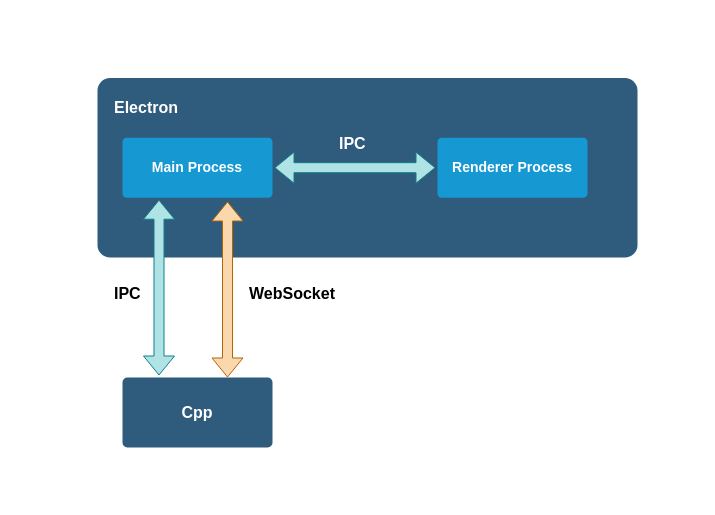
Earlier version of the draw.io diagram ipc.drawio (jjunbass89/Paper). Source tidied: cells renumbered, new cells numbered last; positions are measured from the earlier drawing's top-left corner, leaving out a move shared by most shapes. Both pictures are drawn from the tidied source at 100%, with x=0, y=0 at pixel (97, 77).
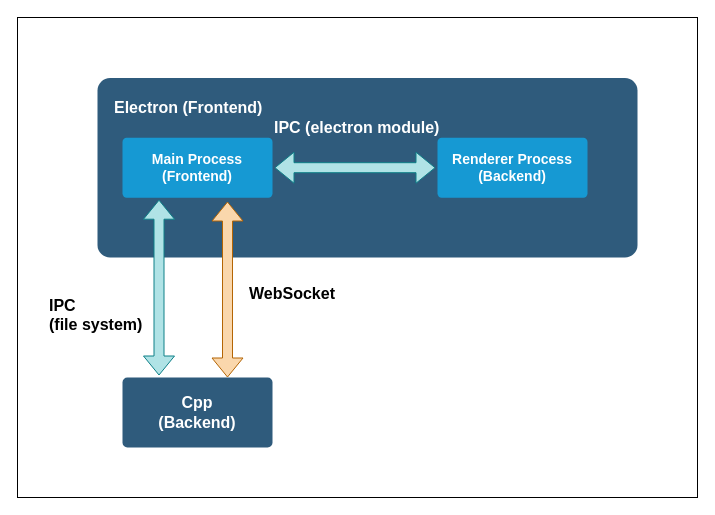
The same diagram, later.

Diff of the diagram source:
```diff
@@
 <mxGraphModel>
   <root>
     <mxCell id="0" />
     <mxCell id="1" parent="0" />
+    <mxCell id="13" style="rounded=0;whiteSpace=wrap;html=1;" parent="1" vertex="1">
+      <mxGeometry x="-80" y="-60" width="680" height="480" as="geometry" />
+    </mxCell>
     <mxCell id="2" style="rounded=1;whiteSpace=wrap;html=1;shadow=0;labelBackgroundColor=none;strokeColor=none;strokeWidth=3;fillColor=#2F5B7C;fontFamily=Helvetica;fontSize=16;fontColor=#FFFFFF;align=center;fontStyle=1;spacing=5;arcSize=7;perimeterSpacing=2;" parent="1" vertex="1">
       <mxGeometry y="0.5" width="540" height="179.5" as="geometry" />
     </mxCell>
-    <mxCell id="3" value="Main Process" style="rounded=1;whiteSpace=wrap;html=1;shadow=0;labelBackgroundColor=none;strokeColor=none;strokeWidth=3;fillColor=#1699d3;fontFamily=Helvetica;fontSize=14;fontColor=#FFFFFF;align=center;spacing=5;fontStyle=1;arcSize=7;perimeterSpacing=2;" parent="1" vertex="1">
+    <mxCell id="3" value="Main Process&lt;div&gt;(Frontend)&lt;/div&gt;" style="rounded=1;whiteSpace=wrap;html=1;shadow=0;labelBackgroundColor=none;strokeColor=none;strokeWidth=3;fillColor=#1699d3;fontFamily=Helvetica;fontSize=14;fontColor=#FFFFFF;align=center;spacing=5;fontStyle=1;arcSize=7;perimeterSpacing=2;" parent="1" vertex="1">
       <mxGeometry x="25" y="60.2" width="150" height="60" as="geometry" />
     </mxCell>
-    <mxCell id="4" value="Renderer Process" style="rounded=1;whiteSpace=wrap;html=1;shadow=0;labelBackgroundColor=none;strokeColor=none;strokeWidth=3;fillColor=#1699d3;fontFamily=Helvetica;fontSize=14;fontColor=#FFFFFF;align=center;spacing=5;fontStyle=1;arcSize=7;perimeterSpacing=2;" parent="1" vertex="1">
+    <mxCell id="4" value="Renderer Process&lt;div&gt;(Backend)&lt;/div&gt;" style="rounded=1;whiteSpace=wrap;html=1;shadow=0;labelBackgroundColor=none;strokeColor=none;strokeWidth=3;fillColor=#1699d3;fontFamily=Helvetica;fontSize=14;fontColor=#FFFFFF;align=center;spacing=5;fontStyle=1;arcSize=7;perimeterSpacing=2;" parent="1" vertex="1">
       <mxGeometry x="340" y="60.2" width="150" height="60" as="geometry" />
     </mxCell>
-    <mxCell id="5" value="Cpp" style="rounded=1;whiteSpace=wrap;html=1;shadow=0;labelBackgroundColor=none;strokeColor=none;strokeWidth=3;fillColor=#2F5B7C;fontFamily=Helvetica;fontSize=16;fontColor=#FFFFFF;align=center;fontStyle=1;spacing=5;arcSize=7;perimeterSpacing=2;" parent="1" vertex="1">
+    <mxCell id="5" value="Cpp&lt;div&gt;(Backend)&lt;/div&gt;" style="rounded=1;whiteSpace=wrap;html=1;shadow=0;labelBackgroundColor=none;strokeColor=none;strokeWidth=3;fillColor=#2F5B7C;fontFamily=Helvetica;fontSize=16;fontColor=#FFFFFF;align=center;fontStyle=1;spacing=5;arcSize=7;perimeterSpacing=2;" parent="1" vertex="1">
       <mxGeometry x="25" y="300" width="150" height="70" as="geometry" />
     </mxCell>
-    <mxCell id="6" value="&lt;span style=&quot;font-family: Helvetica; font-size: 16px; font-style: normal; font-variant-ligatures: normal; font-variant-caps: normal; font-weight: 700; letter-spacing: normal; orphans: 2; text-align: center; text-indent: 0px; text-transform: none; widows: 2; word-spacing: 0px; -webkit-text-stroke-width: 0px; white-space: normal; text-decoration-thickness: initial; text-decoration-style: initial; text-decoration-color: initial; float: none; display: inline !important;&quot;&gt;Electron&lt;/span&gt;" style="text;whiteSpace=wrap;html=1;fillColor=none;labelBackgroundColor=none;fontColor=#FFFFFF;" parent="1" vertex="1">
-      <mxGeometry x="15" y="14" width="100" height="40" as="geometry" />
+    <mxCell id="6" value="&lt;span style=&quot;font-family: Helvetica; font-size: 16px; font-style: normal; font-variant-ligatures: normal; font-variant-caps: normal; font-weight: 700; letter-spacing: normal; orphans: 2; text-align: center; text-indent: 0px; text-transform: none; widows: 2; word-spacing: 0px; -webkit-text-stroke-width: 0px; white-space: normal; text-decoration-thickness: initial; text-decoration-style: initial; text-decoration-color: initial; float: none; display: inline !important;&quot;&gt;Electron (Frontend)&lt;/span&gt;" style="text;whiteSpace=wrap;html=1;fillColor=none;labelBackgroundColor=none;fontColor=#FFFFFF;" parent="1" vertex="1">
+      <mxGeometry x="15" y="14" width="155" height="40" as="geometry" />
     </mxCell>
     <mxCell id="7" style="shape=flexArrow;endArrow=classic;startArrow=classic;html=1;rounded=0;entryX=0;entryY=0.5;entryDx=0;entryDy=0;fillColor=#b0e3e6;strokeColor=#0e8088;" parent="1" edge="1" source="3" target="4">
       <mxGeometry relative="1" as="geometry" />
     </mxCell>
     <mxCell id="8" style="shape=flexArrow;endArrow=classic;startArrow=classic;html=1;rounded=0;entryX=0.25;entryY=0;entryDx=0;entryDy=0;exitX=0.25;exitY=1;exitDx=0;exitDy=0;fillColor=#b0e3e6;strokeColor=#0e8088;" parent="1" edge="1" source="3" target="5">
       <mxGeometry relative="1" as="geometry" />
     </mxCell>
     <mxCell id="9" style="shape=flexArrow;endArrow=classic;startArrow=classic;html=1;rounded=0;entryX=0.25;entryY=0;entryDx=0;entryDy=0;exitX=0.25;exitY=1;exitDx=0;exitDy=0;fillColor=#fad7ac;strokeColor=#b46504;" parent="1" edge="1">
       <mxGeometry relative="1" as="geometry">
         <mxPoint x="130" y="124" as="sourcePoint" />
         <mxPoint x="130" y="300" as="targetPoint" />
       </mxGeometry>
     </mxCell>
-    <mxCell id="10" value="&lt;span style=&quot;font-family: Helvetica; font-size: 16px; font-style: normal; font-variant-ligatures: normal; font-variant-caps: normal; font-weight: 700; letter-spacing: normal; orphans: 2; text-align: center; text-indent: 0px; text-transform: none; widows: 2; word-spacing: 0px; -webkit-text-stroke-width: 0px; white-space: normal; text-decoration-thickness: initial; text-decoration-style: initial; text-decoration-color: initial; float: none; display: inline !important;&quot;&gt;IPC&lt;/span&gt;" style="text;whiteSpace=wrap;html=1;fillColor=none;labelBackgroundColor=none;fontColor=#FFFFFF;" parent="1" vertex="1">
-      <mxGeometry x="240" y="50" width="100" height="40" as="geometry" />
+    <mxCell id="10" value="&lt;span style=&quot;font-family: Helvetica; font-size: 16px; font-style: normal; font-variant-ligatures: normal; font-variant-caps: normal; font-weight: 700; letter-spacing: normal; orphans: 2; text-align: center; text-indent: 0px; text-transform: none; widows: 2; word-spacing: 0px; -webkit-text-stroke-width: 0px; white-space: normal; text-decoration-thickness: initial; text-decoration-style: initial; text-decoration-color: initial; float: none; display: inline !important;&quot;&gt;IPC (electron module)&lt;/span&gt;" style="text;whiteSpace=wrap;html=1;fillColor=none;labelBackgroundColor=none;fontColor=#FFFFFF;" parent="1" vertex="1">
+      <mxGeometry x="175" y="34" width="170" height="40" as="geometry" />
     </mxCell>
-    <mxCell id="11" value="&lt;span style=&quot;font-family: Helvetica; font-size: 16px; font-style: normal; font-variant-ligatures: normal; font-variant-caps: normal; font-weight: 700; letter-spacing: normal; orphans: 2; text-align: center; text-indent: 0px; text-transform: none; widows: 2; word-spacing: 0px; -webkit-text-stroke-width: 0px; white-space: normal; text-decoration-thickness: initial; text-decoration-style: initial; text-decoration-color: initial; float: none; display: inline !important;&quot;&gt;IPC&lt;/span&gt;" style="text;whiteSpace=wrap;html=1;fillColor=none;labelBackgroundColor=none;fontColor=#000000;" parent="1" vertex="1">
-      <mxGeometry x="15" y="200" width="100" height="40" as="geometry" />
+    <mxCell id="11" value="&lt;span style=&quot;font-family: Helvetica; font-size: 16px; font-style: normal; font-variant-ligatures: normal; font-variant-caps: normal; font-weight: 700; letter-spacing: normal; orphans: 2; text-align: center; text-indent: 0px; text-transform: none; widows: 2; word-spacing: 0px; -webkit-text-stroke-width: 0px; white-space: normal; text-decoration-thickness: initial; text-decoration-style: initial; text-decoration-color: initial; float: none; display: inline !important;&quot;&gt;IPC&lt;/span&gt;&lt;div&gt;&lt;span style=&quot;font-family: Helvetica; font-size: 16px; font-style: normal; font-variant-ligatures: normal; font-variant-caps: normal; font-weight: 700; letter-spacing: normal; orphans: 2; text-align: center; text-indent: 0px; text-transform: none; widows: 2; word-spacing: 0px; -webkit-text-stroke-width: 0px; white-space: normal; text-decoration-thickness: initial; text-decoration-style: initial; text-decoration-color: initial; float: none; display: inline !important;&quot;&gt;(file system)&lt;/span&gt;&lt;/div&gt;&lt;div&gt;&lt;span style=&quot;font-family: Helvetica; font-size: 16px; font-style: normal; font-variant-ligatures: normal; font-variant-caps: normal; font-weight: 700; letter-spacing: normal; orphans: 2; text-align: center; text-indent: 0px; text-transform: none; widows: 2; word-spacing: 0px; -webkit-text-stroke-width: 0px; white-space: normal; text-decoration-thickness: initial; text-decoration-style: initial; text-decoration-color: initial; float: none; display: inline !important;&quot;&gt;&lt;br&gt;&lt;/span&gt;&lt;/div&gt;" style="text;whiteSpace=wrap;html=1;fillColor=none;labelBackgroundColor=none;fontColor=#000000;" parent="1" vertex="1">
+      <mxGeometry x="-50" y="212" width="100" height="40" as="geometry" />
     </mxCell>
     <mxCell id="12" value="&lt;span style=&quot;font-family: Helvetica; font-size: 16px; font-style: normal; font-variant-ligatures: normal; font-variant-caps: normal; font-weight: 700; letter-spacing: normal; orphans: 2; text-align: center; text-indent: 0px; text-transform: none; widows: 2; word-spacing: 0px; -webkit-text-stroke-width: 0px; white-space: normal; text-decoration-thickness: initial; text-decoration-style: initial; text-decoration-color: initial; float: none; display: inline !important;&quot;&gt;WebSocket&lt;/span&gt;" style="text;whiteSpace=wrap;html=1;fillColor=none;labelBackgroundColor=none;fontColor=#000000;" parent="1" vertex="1">
       <mxGeometry x="150" y="200" width="100" height="40" as="geometry" />
     </mxCell>
   </root>
 </mxGraphModel>
```
